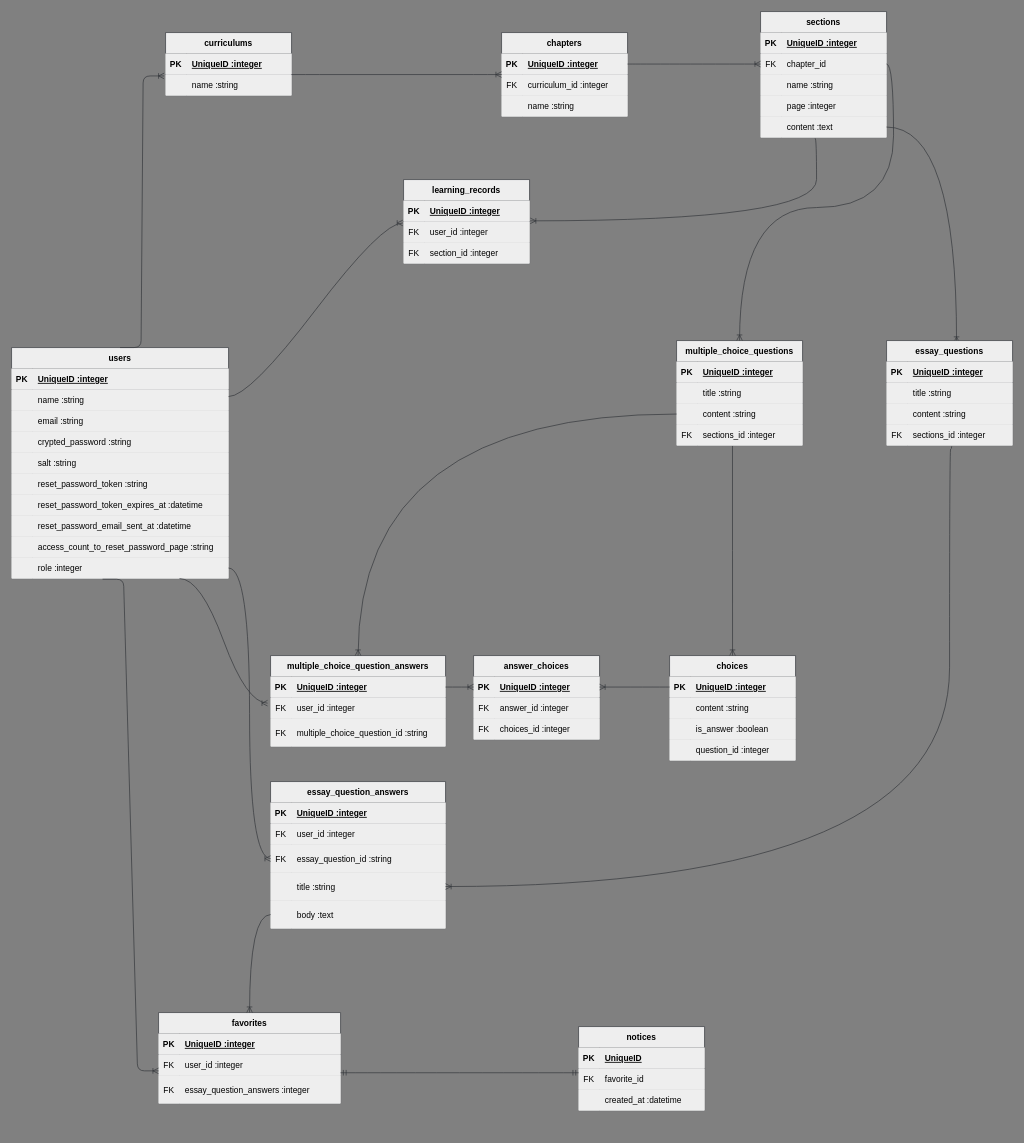
The draw.io diagram ER.dio in YAN-cyber-ux/how_to_solve_it, before the edit. Source tidied: cells renumbered, new cells numbered last; positions are measured from the earlier drawing's top-left corner, leaving out a move shared by most shapes. Both pictures are drawn from the tidied source at 70%, with x=0, y=0 at pixel (11, 11).
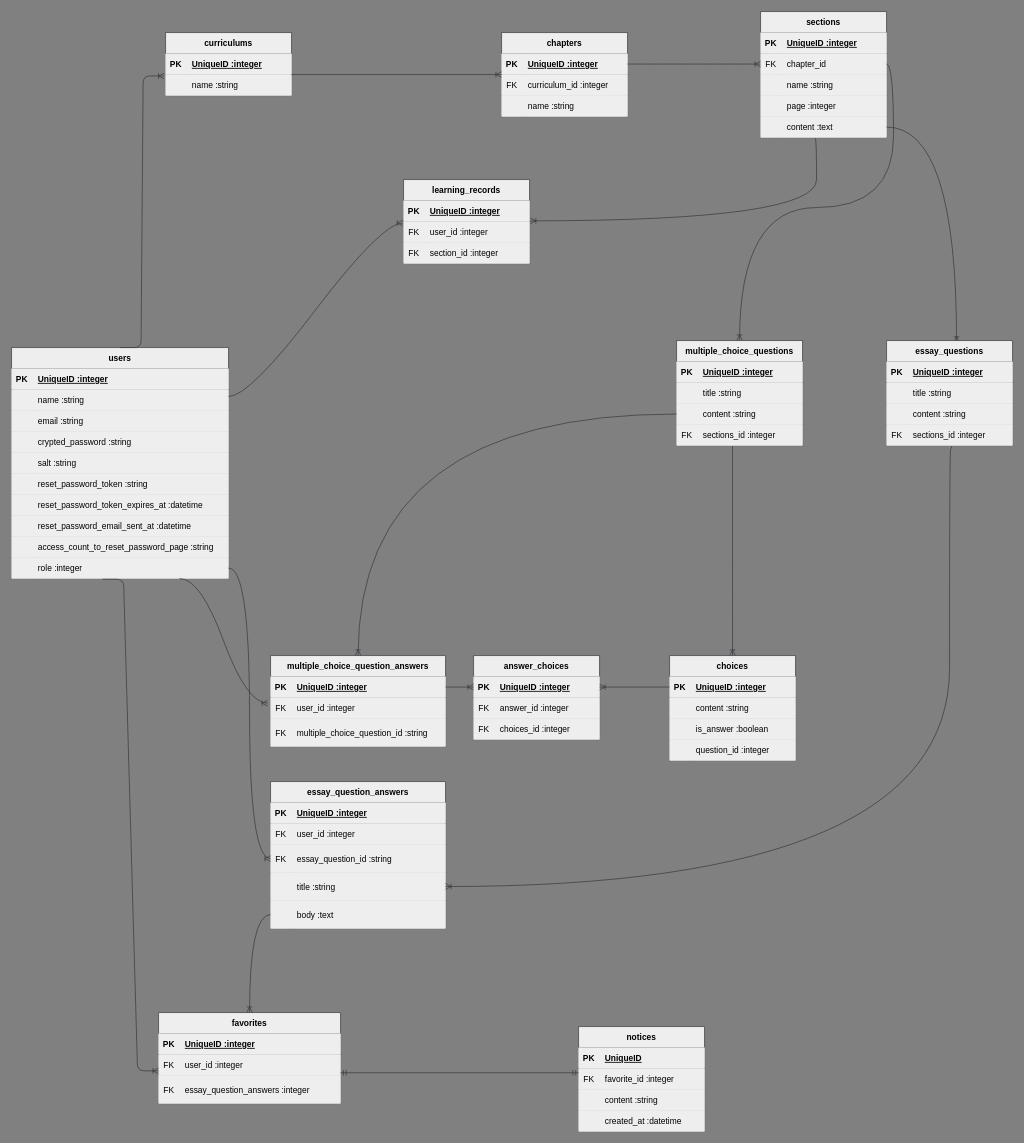
Above is the later version.

Commit message:
modify: noticesテーブルにcontentカラムを追加

The change refers to these unchanged cells:
```xml
<mxCell id="90" style="shape=tableRow;horizontal=0;startSize=0;swimlaneHead=0;swimlaneBody=0;fillColor=#eeeeee;points=[[0,0.5],[1,0.5]];portConstraint=eastwest;top=0;left=0;right=0;bottom=0;labelBackgroundColor=none;strokeColor=#36393d;fontColor=#000000;" parent="86" vertex="1">
  <mxGeometry y="60" width="180" height="30" as="geometry" />
</mxCell>
```

What changed in the source:
```diff
@@
     <mxCell id="86" value="notices" style="shape=table;startSize=30;childLayout=tableLayout;rowLines=0;fontStyle=1;align=center;labelBackgroundColor=none;fillColor=#eeeeee;strokeColor=#36393d;fontColor=#000000;" parent="1" vertex="1">
-      <mxGeometry x="810" y="1450" width="180" height="120" as="geometry" />
+      <mxGeometry x="810" y="1450" width="180" height="150" as="geometry" />
     </mxCell>
@@
-    <mxCell id="92" value="favorite_id" style="shape=partialRectangle;fillColor=#eeeeee;top=0;left=0;bottom=0;right=0;align=left;spacingLeft=6;overflow=hidden;labelBackgroundColor=none;strokeColor=#36393d;fontColor=#000000;" parent="90" vertex="1">
+    <mxCell id="92" value="favorite_id :integer" style="shape=partialRectangle;fillColor=#eeeeee;top=0;left=0;bottom=0;right=0;align=left;spacingLeft=6;overflow=hidden;labelBackgroundColor=none;strokeColor=#36393d;fontColor=#000000;" parent="90" vertex="1">
       <mxGeometry x="30" width="150" height="30" as="geometry" />
     </mxCell>
+    <mxCell id="188" style="shape=tableRow;horizontal=0;startSize=0;swimlaneHead=0;swimlaneBody=0;fillColor=#eeeeee;top=0;left=0;right=0;bottom=0;labelBackgroundColor=none;strokeColor=#36393d;fontColor=#000000;" parent="86" vertex="1">
+      <mxGeometry y="90" width="180" height="30" as="geometry" />
+    </mxCell>
+    <mxCell id="189" style="shape=partialRectangle;fillColor=#eeeeee;top=0;left=0;bottom=0;right=0;overflow=hidden;labelBackgroundColor=none;strokeColor=#36393d;fontColor=#000000;" parent="188" vertex="1">
+      <mxGeometry width="30" height="30" as="geometry" />
+    </mxCell>
+    <mxCell id="190" value="content :string" style="shape=partialRectangle;fillColor=#eeeeee;top=0;left=0;bottom=0;right=0;align=left;spacingLeft=6;overflow=hidden;labelBackgroundColor=none;strokeColor=#36393d;fontColor=#000000;" parent="188" vertex="1">
+      <mxGeometry x="30" width="150" height="30" as="geometry" />
+    </mxCell>
     <mxCell id="93" style="shape=tableRow;horizontal=0;startSize=0;swimlaneHead=0;swimlaneBody=0;fillColor=#eeeeee;top=0;left=0;right=0;bottom=0;labelBackgroundColor=none;strokeColor=#36393d;fontColor=#000000;" parent="86" vertex="1">
-      <mxGeometry y="90" width="180" height="30" as="geometry" />
+      <mxGeometry y="120" width="180" height="30" as="geometry" />
     </mxCell>
```
